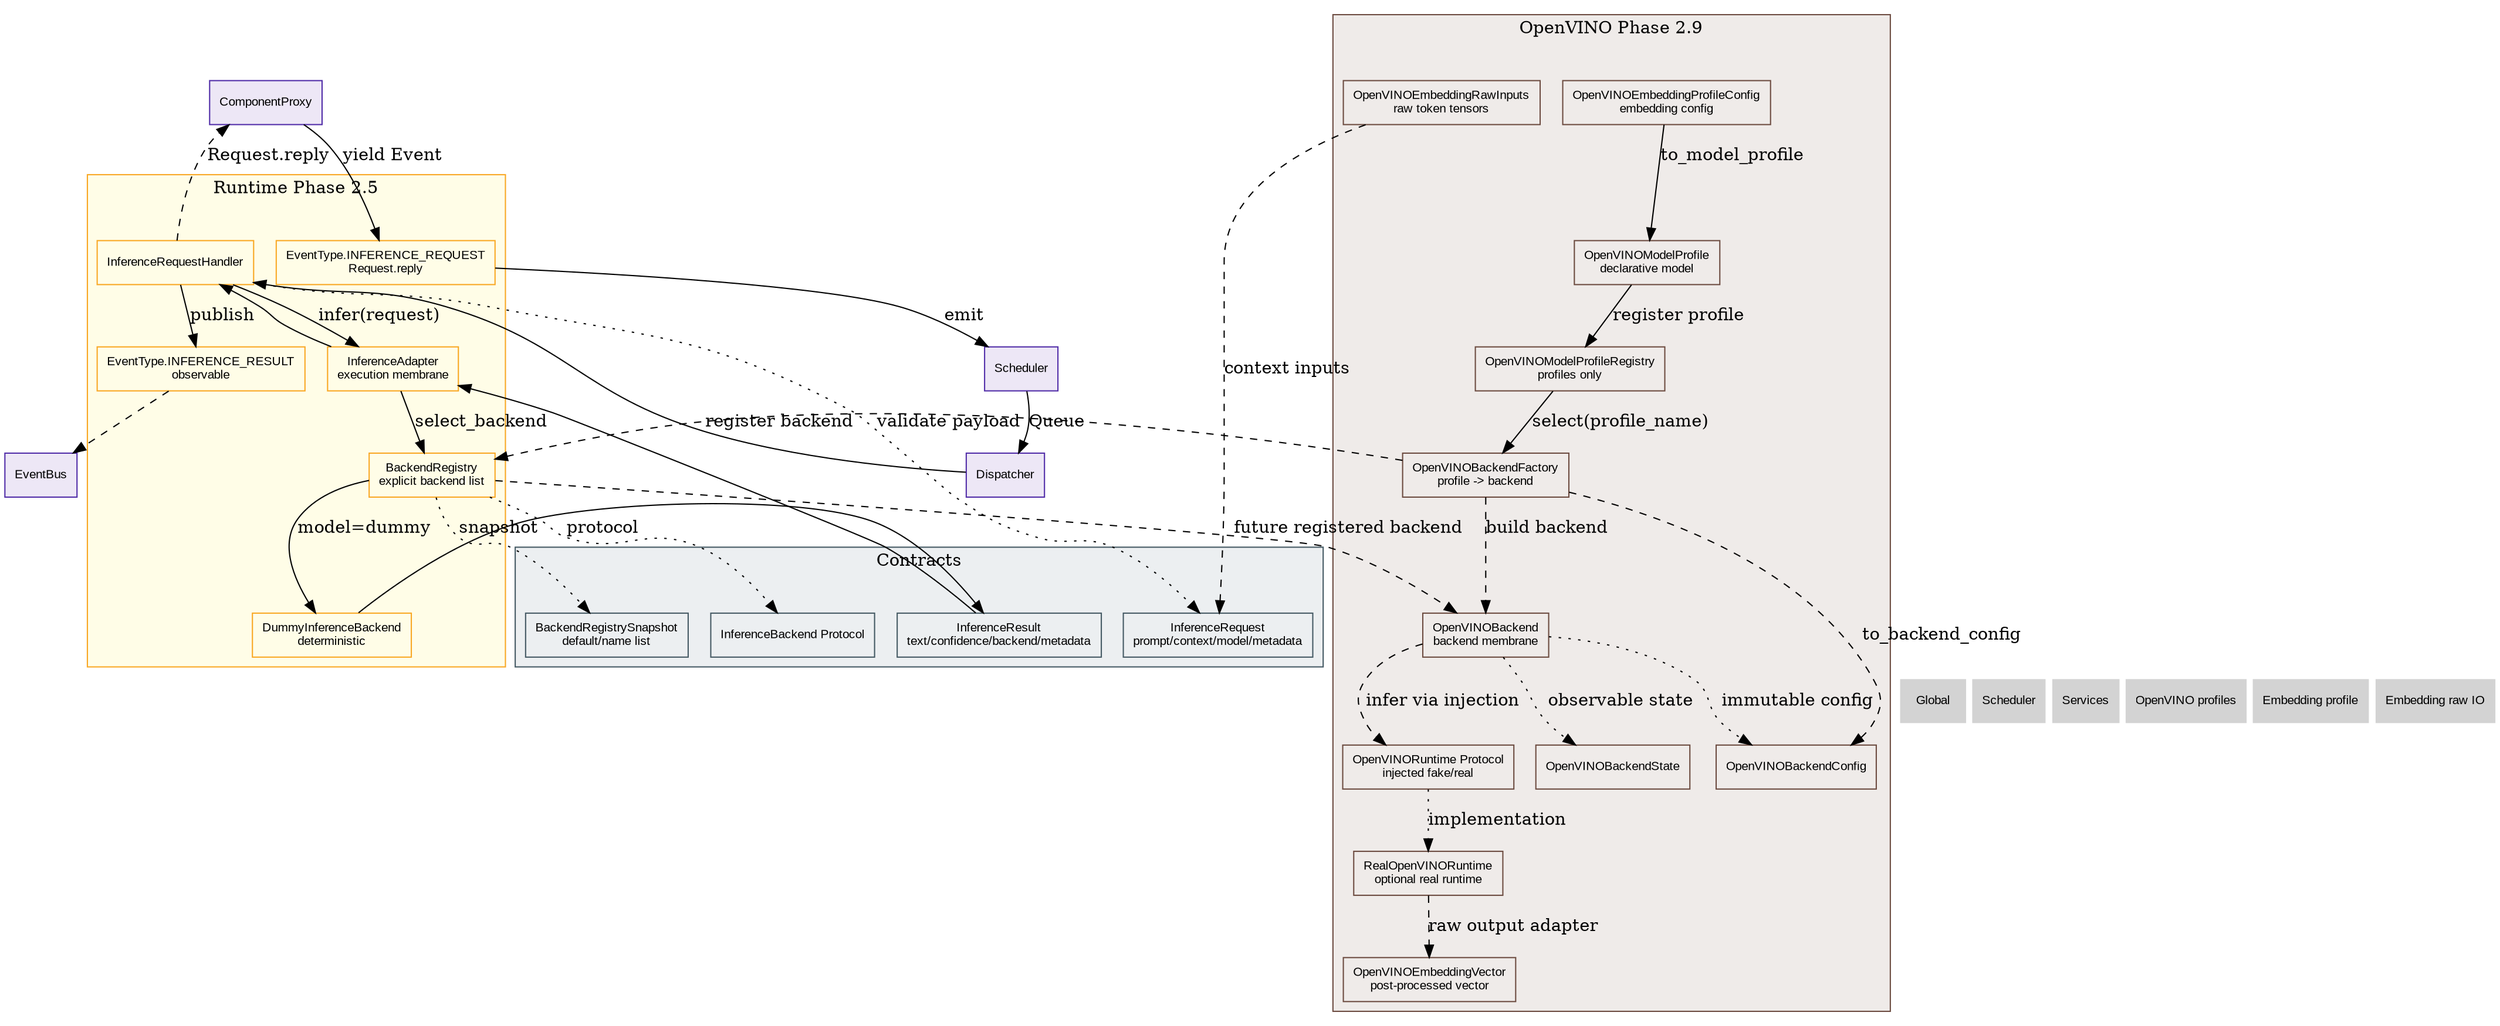
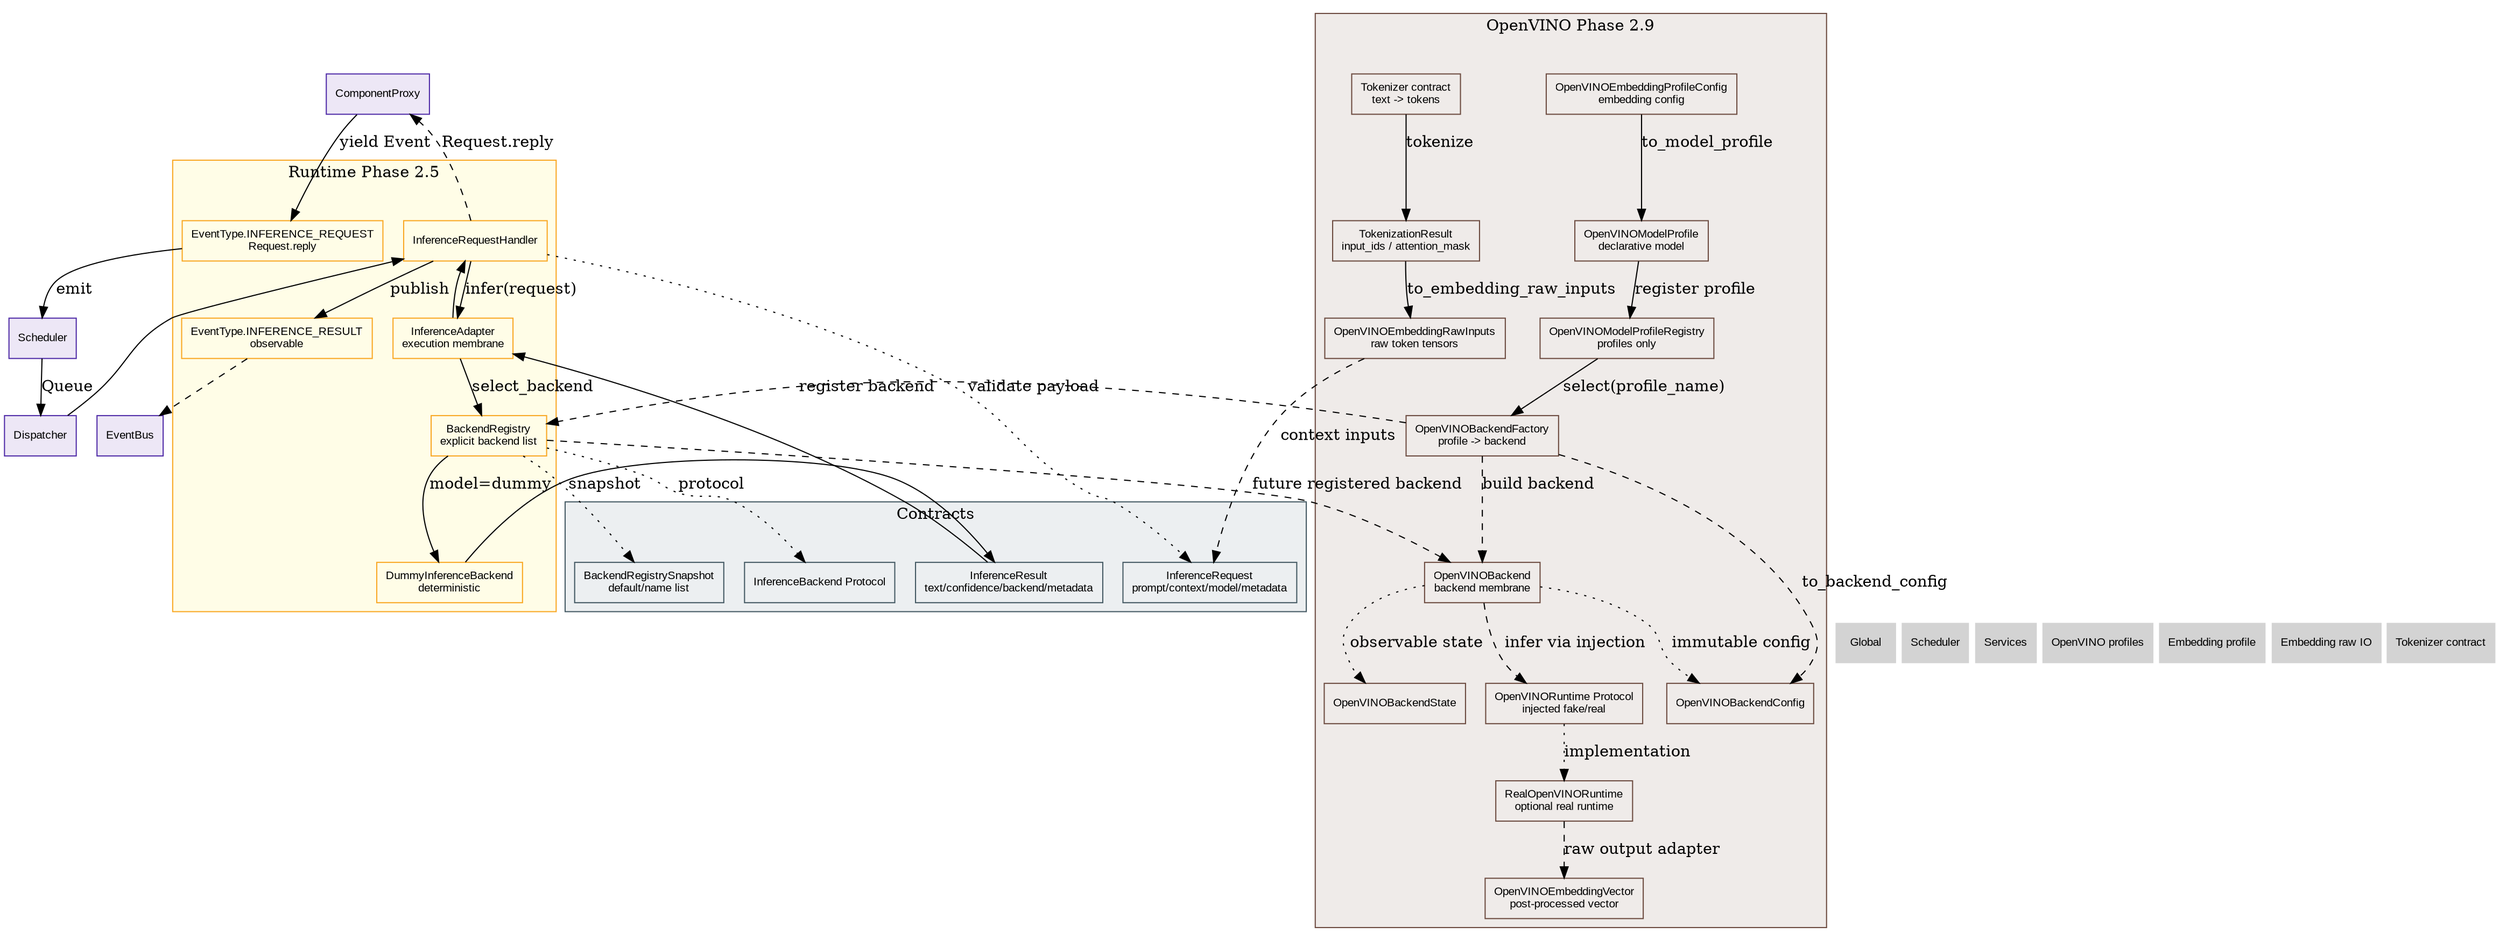
digraph Inference {
    // ROADMAP_ID: inference
    // ROADMAP_PARENT: 00_global.dot

    rankdir=TB;
    node [shape=box, style=filled, fontname="Arial", fontsize=10];

    // ROADMAP_NOTE[phase2_9]:
    // OpenVINOBackend possède maintenant un runtime réel optionnel isolé dans
    // inference/openvino_runtime.py. Le Scheduler, le Dispatcher et
    // ComponentProxy ne changent pas. Aucun modèle n'est imposé : le runtime
    // exécute uniquement des entrées OpenVINO brutes.

    // ROADMAP_NOTE[phase3_0]:
    // Les profils OpenVINO séparent le choix déclaratif des modèles de
    // BackendRegistry. On peut préparer embedding/generation/raw sans imposer
    // de tokenizer ni instancier OpenVINO.

    // ROADMAP_NOTE[phase3_1]:
    // OpenVINOBackendFactory devient le pont explicite entre profils déclarés
    // et backends enregistrés. Aucun fallback modèle n'est ajouté.

    // ROADMAP_NOTE[phase3_2]:
    // OpenVINOEmbeddingProfileConfig fournit une configuration de profil
    // embedding sans modèle local imposé et sans tokenizer intégré.

    // ROADMAP_NOTE[phase3_3]:
    // La couche embedding raw sépare tokens déjà préparés, inputs OpenVINO
    // bruts, pooling/normalisation et vecteur final. Aucun tokenizer ni
    // modèle précis n'est imposé.
+ 
+     // ROADMAP_NOTE[phase3_4]:
+     // Le contrat tokenizer ajoute la membrane texte -> TokenizationResult ->
+     // OpenVINOEmbeddingRawInputs sans imposer Hugging Face, SentencePiece ou
+     // un modèle local.

    subgraph cluster_contracts {
        label="Contracts";
        color="#455a64";
        bgcolor="#eceff1";
        node [fillcolor="#eceff1", color="#455a64"];
        InferenceRequest [label="InferenceRequest\nprompt/context/model/metadata"];
        InferenceResult [label="InferenceResult\ntext/confidence/backend/metadata"];
        InferenceBackend [label="InferenceBackend Protocol"];
        RegistrySnapshot [label="BackendRegistrySnapshot\ndefault/name list"];
    }

    subgraph cluster_runtime {
        label="Runtime Phase 2.5";
        color="#f9a825";
        bgcolor="#fffde7";
        node [fillcolor="#fffde7", color="#f9a825"];
        EventRequest [label="EventType.INFERENCE_REQUEST\nRequest.reply"];
        Handler [label="InferenceRequestHandler"];
        Adapter [label="InferenceAdapter\nexecution membrane"];
        Registry [label="BackendRegistry\nexplicit backend list"];
        Dummy [label="DummyInferenceBackend\ndeterministic"];
        EventResult [label="EventType.INFERENCE_RESULT\nobservable"];
    }

    subgraph cluster_openvino_contract {
        label="OpenVINO Phase 2.9";
        color="#6d4c41";
        bgcolor="#efebe9";
        node [fillcolor="#efebe9", color="#6d4c41"];
        OpenVINO [label="OpenVINOBackend\nbackend membrane", URL="41_openvino_backend.svg"];
        OpenVINOConfig [label="OpenVINOBackendConfig"];
        OpenVINOState [label="OpenVINOBackendState"];
        OpenVINORuntime [label="OpenVINORuntime Protocol\ninjected fake/real"];
        RealRuntime [label="RealOpenVINORuntime\noptional real runtime", URL="42_openvino_runtime.svg"];
        ModelProfile [label="OpenVINOModelProfile\ndeclarative model", URL="43_openvino_profiles.svg"];
        ProfileRegistry [label="OpenVINOModelProfileRegistry\nprofiles only", URL="43_openvino_profiles.svg"];
        BackendFactory [label="OpenVINOBackendFactory\nprofile -> backend", URL="43_openvino_profiles.svg"];
        EmbeddingConfig [label="OpenVINOEmbeddingProfileConfig\nembedding config", URL="44_openvino_embedding_profile.svg"];
        EmbeddingRaw [label="OpenVINOEmbeddingRawInputs\nraw token tensors", URL="45_openvino_embedding_raw.svg"];
        EmbeddingVector [label="OpenVINOEmbeddingVector\npost-processed vector", URL="45_openvino_embedding_raw.svg"];
+         TokenizerContract [label="Tokenizer contract\ntext -> tokens", URL="46_tokenizer_contract.svg"];
+         TokenizationResult [label="TokenizationResult\ninput_ids / attention_mask", URL="46_tokenizer_contract.svg"];
    }

    Scheduler [fillcolor="#ede7f6", color="#512da8", URL="../scheduler/10_scheduler.svg"];
    Dispatcher [fillcolor="#ede7f6", color="#512da8", URL="../scheduler/dispatcher/11_dispatcher.svg"];
    ComponentProxy [fillcolor="#ede7f6", color="#512da8", URL="../scheduler/component_proxy/14_component_proxy.svg"];
    EventBus [fillcolor="#ede7f6", color="#512da8", URL="../scheduler/event_bus/12_event_bus.svg"];

    ComponentProxy -> EventRequest [label="yield Event"];
    EventRequest -> Scheduler [label="emit"];
    Scheduler -> Dispatcher [label="Queue"];
    Dispatcher -> Handler;
    Handler -> InferenceRequest [style=dotted, label="validate payload"];
    Handler -> Adapter [label="infer(request)"];
    Adapter -> Registry [label="select_backend"];
    Registry -> RegistrySnapshot [style=dotted, label="snapshot"];
    Registry -> InferenceBackend [style=dotted, label="protocol"];
    Registry -> Dummy [label="model=dummy"];
    Dummy -> InferenceResult;
    InferenceResult -> Adapter;
    Adapter -> Handler;
    Handler -> ComponentProxy [label="Request.reply", style=dashed];
    Handler -> EventResult [label="publish"];
    EventResult -> EventBus [style=dashed];

    Registry -> OpenVINO [style=dashed, label="future registered backend"];
    OpenVINO -> OpenVINOConfig [style=dotted, label="immutable config"];
    OpenVINO -> OpenVINOState [style=dotted, label="observable state"];
    OpenVINO -> OpenVINORuntime [style=dashed, label="infer via injection"];
    OpenVINORuntime -> RealRuntime [style=dotted, label="implementation"];
    EmbeddingConfig -> ModelProfile [label="to_model_profile"];
+     TokenizerContract -> TokenizationResult [label="tokenize"];
+     TokenizationResult -> EmbeddingRaw [label="to_embedding_raw_inputs"];
    EmbeddingRaw -> InferenceRequest [style=dashed, label="context inputs"];
    RealRuntime -> EmbeddingVector [style=dashed, label="raw output adapter"];
    ModelProfile -> ProfileRegistry [label="register profile"];
    ProfileRegistry -> BackendFactory [label="select(profile_name)"];
    BackendFactory -> OpenVINOConfig [style=dashed, label="to_backend_config"];
    BackendFactory -> OpenVINO [style=dashed, label="build backend"];
    BackendFactory -> Registry [style=dashed, label="register backend"];

    Nav_Global [label="Global", shape=plaintext, URL="../00_global.svg"];
    Nav_Scheduler [label="Scheduler", shape=plaintext, URL="../scheduler/10_scheduler.svg"];
    Nav_Services [label="Services", shape=plaintext, URL="../services/30_services.svg"];
    Nav_Profiles [label="OpenVINO profiles", shape=plaintext, URL="43_openvino_profiles.svg"];
    Nav_Embedding [label="Embedding profile", shape=plaintext, URL="44_openvino_embedding_profile.svg"];
    Nav_EmbeddingRaw [label="Embedding raw IO", shape=plaintext, URL="45_openvino_embedding_raw.svg"];
+     Nav_Tokenizer [label="Tokenizer contract", shape=plaintext, URL="46_tokenizer_contract.svg"];

-     { rank=sink; Nav_Global; Nav_Scheduler; Nav_Services; Nav_Profiles; Nav_Embedding; Nav_EmbeddingRaw; }
+     { rank=sink; Nav_Global; Nav_Scheduler; Nav_Services; Nav_Profiles; Nav_Embedding; Nav_EmbeddingRaw; Nav_Tokenizer; }
}
